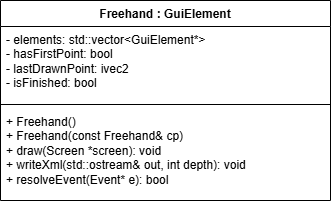
Before: images/Freehand_UML.png, a diagram exported from draw.io (cgreen2048/ArtHuddle). Source tidied: cells renumbered, new cells last; positions are measured from the earlier drawing's top-left corner, leaving out a move shared by most shapes.
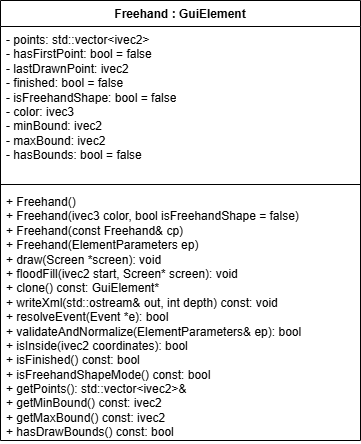
After the commit.

Change to the diagram source:
```diff
@@ -3,16 +3,16 @@
     <mxCell id="0" />
     <mxCell id="1" parent="0" />
     <mxCell id="2" value="Freehand : GuiElement" style="swimlane;fontStyle=1;align=center;verticalAlign=top;horizontal=1;startSize=26;whiteSpace=wrap;html=1;" parent="1" vertex="1">
-      <mxGeometry width="330" height="200" as="geometry" />
+      <mxGeometry width="360" height="440" as="geometry" />
     </mxCell>
-    <mxCell id="3" value="- elements: std::vector&amp;lt;GuiElement*&amp;gt;&lt;div&gt;- hasFirstPoint: bool&lt;/div&gt;&lt;div&gt;- lastDrawnPoint: ivec2&lt;/div&gt;&lt;div&gt;- isFinished: bool&lt;/div&gt;" style="text;strokeColor=none;fillColor=none;align=left;verticalAlign=top;spacingLeft=4;spacingRight=4;overflow=hidden;whiteSpace=wrap;html=1;" parent="2" vertex="1">
-      <mxGeometry y="26" width="330" height="74" as="geometry" />
-    </mxCell>
-    <mxCell id="4" style="line;strokeWidth=1;fillColor=none;align=left;verticalAlign=middle;spacingTop=-1;spacingLeft=3;spacingRight=3;labelPosition=right;strokeColor=inherit;" parent="2" vertex="1">
-      <mxGeometry y="100" width="330" height="8" as="geometry" />
-    </mxCell>
-    <mxCell id="5" value="+ Freehand()&lt;div&gt;+ Freehand(const Freehand&amp;amp; cp)&lt;/div&gt;&lt;div&gt;+ draw(Screen *screen): void&lt;/div&gt;&lt;div&gt;+ writeXml(std::ostream&amp;amp; out, int depth): void&lt;/div&gt;&lt;div&gt;+ resolveEvent(Event* e): bool&lt;/div&gt;&lt;div&gt;&lt;br&gt;&lt;/div&gt;" style="text;strokeColor=none;fillColor=none;align=left;verticalAlign=top;spacingLeft=4;spacingRight=4;overflow=hidden;whiteSpace=wrap;html=1;" parent="2" vertex="1">
-      <mxGeometry y="108" width="330" height="92" as="geometry" />
-    </mxCell>
+    <mxCell id="6" value="- points: std::vector&amp;lt;ivec2&amp;gt;&lt;div&gt;- hasFirstPoint: bool = false&lt;/div&gt;&lt;div&gt;- lastDrawnPoint: ivec2&lt;/div&gt;&lt;div&gt;- finished: bool = false&lt;/div&gt;&lt;div&gt;- isFreehandShape: bool = false&lt;/div&gt;&lt;div&gt;- color: ivec3&lt;/div&gt;&lt;div&gt;- minBound: ivec2&lt;/div&gt;&lt;div&gt;- maxBound: ivec2&lt;/div&gt;&lt;div&gt;- hasBounds: bool = false&lt;/div&gt;" style="text;strokeColor=none;fillColor=none;align=left;verticalAlign=top;spacingLeft=4;spacingRight=4;overflow=hidden;whiteSpace=wrap;html=1;" parent="2" vertex="1">
+      <mxGeometry y="26" width="360" height="154" as="geometry" />
+    </mxCell>
+    <mxCell id="7" style="line;strokeWidth=1;fillColor=none;align=left;verticalAlign=middle;spacingTop=-1;spacingLeft=3;spacingRight=3;labelPosition=right;strokeColor=inherit;" parent="2" vertex="1">
+      <mxGeometry y="180" width="360" height="8" as="geometry" />
+    </mxCell>
+    <mxCell id="8" value="+ Freehand()&lt;div&gt;+ Freehand(ivec3 color, bool isFreehandShape = false)&lt;/div&gt;&lt;div&gt;+ Freehand(const Freehand&amp;amp; cp)&lt;/div&gt;&lt;div&gt;+ Freehand(ElementParameters ep)&lt;/div&gt;&lt;div&gt;+ draw(Screen *screen): void&lt;/div&gt;&lt;div&gt;+ floodFill(ivec2 start, Screen* screen): void&lt;/div&gt;&lt;div&gt;+ clone() const: GuiElement*&lt;/div&gt;&lt;div&gt;+ writeXml(std::ostream&amp;amp; out, int depth) const: void&lt;/div&gt;&lt;div&gt;+ resolveEvent(Event *e): bool&lt;/div&gt;&lt;div&gt;+ validateAndNormalize(ElementParameters&amp;amp; ep): bool&lt;/div&gt;&lt;div&gt;+ isInside(ivec2 coordinates): bool&lt;/div&gt;&lt;div&gt;+ isFinished() const: bool&lt;/div&gt;&lt;div&gt;+ isFreehandShapeMode() const: bool&lt;/div&gt;&lt;div&gt;+ getPoints(): std::vector&amp;lt;ivec2&amp;gt;&amp;amp;&lt;/div&gt;&lt;div&gt;+ getMinBound() const: ivec2&lt;/div&gt;&lt;div&gt;+ getMaxBound() const: ivec2&lt;/div&gt;&lt;div&gt;+ hasDrawBounds() const: bool&lt;/div&gt;" style="text;strokeColor=none;fillColor=none;align=left;verticalAlign=top;spacingLeft=4;spacingRight=4;overflow=hidden;whiteSpace=wrap;html=1;" parent="2" vertex="1">
+      <mxGeometry y="188" width="360" height="252" as="geometry" />
+    </mxCell>
   </root>
 </mxGraphModel>
```
